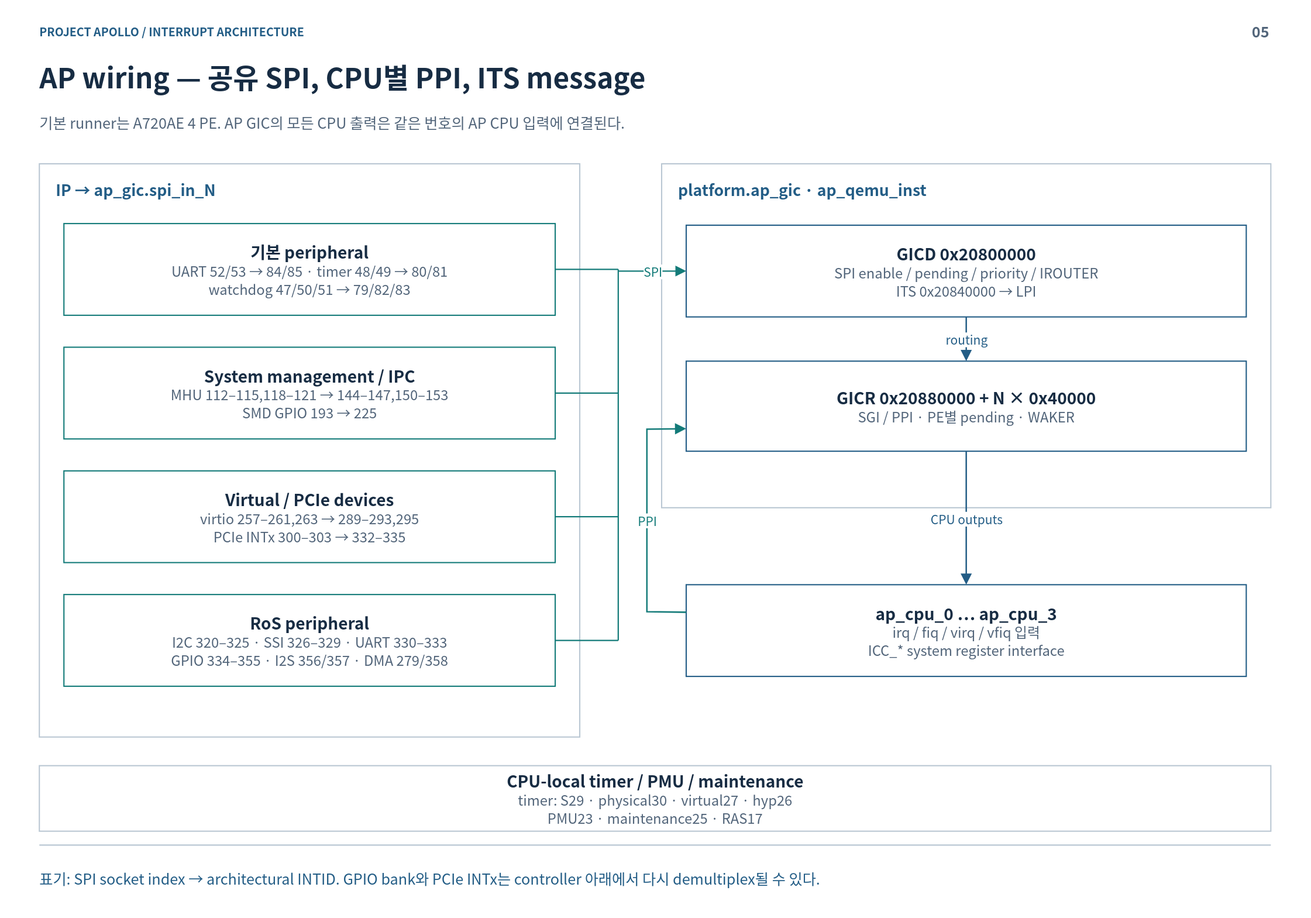
Before: doc/phase1/interrupt/diagrams/05-ap-wiring.drawio.svg, a diagram exported from draw.io (cometzero/project-apollo). Source tidied: cells renumbered, new cells last; positions are measured from the earlier drawing's top-left corner, leaving out a move shared by most shapes.
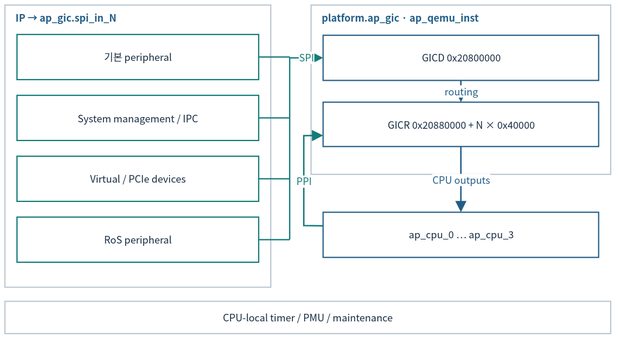
After the change.

What changed in the source:
```diff
@@ -2,115 +2,91 @@
   <root>
     <mxCell id="0" />
     <mxCell id="1" parent="0" />
-    <mxCell id="2" style="rounded=0;whiteSpace=wrap;html=1;fillColor=#FFFFFF;strokeColor=none;strokeWidth=1.5;fontColor=#172C43;fontFamily=Noto Sans CJK KR;fontSize=18;spacing=14;" parent="1" vertex="1">
-      <mxGeometry width="1600" height="1120" as="geometry" />
-    </mxCell>
-    <mxCell id="3" value="PROJECT APOLLO  /  INTERRUPT ARCHITECTURE" style="rounded=0;whiteSpace=wrap;html=1;fillColor=#FFFFFF;strokeColor=none;strokeWidth=1.5;fontColor=#172C43;fontFamily=Noto Sans CJK KR;fontSize=18;spacing=14;fillColor=none;align=left;verticalAlign=middle;spacing=0;fontSize=14;fontColor=#235D86;fontStyle=1;" parent="1" vertex="1">
-      <mxGeometry x="48" y="26" width="1400" height="24" as="geometry" />
-    </mxCell>
-    <mxCell id="4" value="05" style="rounded=0;whiteSpace=wrap;html=1;fillColor=#FFFFFF;strokeColor=none;strokeWidth=1.5;fontColor=#172C43;fontFamily=Noto Sans CJK KR;fontSize=18;spacing=14;fillColor=none;align=right;verticalAlign=middle;spacing=0;fontSize=18;fontColor=#52657A;fontStyle=1;" parent="1" vertex="1">
-      <mxGeometry x="1485" y="23" width="65" height="30" as="geometry" />
-    </mxCell>
-    <mxCell id="5" value="AP wiring — 공유 SPI, CPU별 PPI, ITS message" style="rounded=0;whiteSpace=wrap;html=1;fillColor=#FFFFFF;strokeColor=none;strokeWidth=1.5;fontColor=#172C43;fontFamily=Noto Sans CJK KR;fontSize=18;spacing=14;fillColor=none;align=left;verticalAlign=middle;spacing=0;fontSize=34;fontColor=#172C43;fontStyle=1;" parent="1" vertex="1">
-      <mxGeometry x="48" y="67" width="1504" height="54" as="geometry" />
-    </mxCell>
-    <mxCell id="6" value="기본 runner는 A720AE 4 PE. AP GIC의 모든 CPU 출력은 같은 번호의 AP CPU 입력에 연결된다." style="rounded=0;whiteSpace=wrap;html=1;fillColor=#FFFFFF;strokeColor=none;strokeWidth=1.5;fontColor=#172C43;fontFamily=Noto Sans CJK KR;fontSize=18;spacing=14;fillColor=none;align=left;verticalAlign=middle;spacing=0;fontSize=18;fontColor=#52657A;" parent="1" vertex="1">
-      <mxGeometry x="48" y="127" width="1504" height="44" as="geometry" />
-    </mxCell>
-    <mxCell id="7" style="html=1;rounded=0;edgeStyle=none;endArrow=none;endSize=9;strokeColor=#BAC7D3;strokeWidth=1.6;fontColor=#BAC7D3;fontFamily=Noto Sans CJK KR;fontSize=15;labelBackgroundColor=#FFFFFF;" parent="1" edge="1">
-      <mxGeometry relative="1" as="geometry">
-        <mxPoint x="48" y="1032" as="sourcePoint" />
-        <mxPoint x="1552" y="1032" as="targetPoint" />
-      </mxGeometry>
-    </mxCell>
-    <mxCell id="8" value="표기: SPI socket index → architectural INTID. GPIO bank와 PCIe INTx는 controller 아래에서 다시 demultiplex될 수 있다." style="rounded=0;whiteSpace=wrap;html=1;fillColor=#FFFFFF;strokeColor=none;strokeWidth=1.5;fontColor=#172C43;fontFamily=Noto Sans CJK KR;fontSize=18;spacing=14;fillColor=none;align=left;verticalAlign=middle;spacing=0;fontSize=18;fontColor=#235D86;" parent="1" vertex="1">
-      <mxGeometry x="48" y="1046" width="1504" height="52" as="geometry" />
-    </mxCell>
-    <mxCell id="9" style="rounded=0;whiteSpace=wrap;html=1;fillColor=#FFFFFF;strokeColor=#BAC7D3;strokeWidth=1.5;fontColor=#172C43;fontFamily=Noto Sans CJK KR;fontSize=18;spacing=14;" parent="1" vertex="1">
-      <mxGeometry x="48" y="200" width="660" height="700" as="geometry" />
+    <mxCell id="9" style="rounded=0;whiteSpace=wrap;html=1;fillColor=#FFFFFF;strokeColor=#BAC7D3;strokeWidth=1.5;fontColor=#172C43;fontFamily=Noto Sans CJK KR;fontSize=12;spacing=3;whiteSpace=wrap;" parent="1" vertex="1">
+      <mxGeometry x="12" y="12" width="324.7" height="344.4" as="geometry" />
     </mxCell>
-    <mxCell id="10" value="IP → ap_gic.spi_in_N" style="rounded=0;whiteSpace=wrap;html=1;fillColor=#FFFFFF;strokeColor=none;strokeWidth=1.5;fontColor=#172C43;fontFamily=Noto Sans CJK KR;fontSize=18;spacing=14;fillColor=none;align=left;verticalAlign=middle;spacing=0;fontSize=19;fontColor=#235D86;fontStyle=1;" parent="1" vertex="1">
-      <mxGeometry x="68" y="215" width="620" height="32" as="geometry" />
+    <mxCell id="10" value="IP → ap_gic.spi_in_N" style="rounded=0;whiteSpace=wrap;html=1;fillColor=#FFFFFF;strokeColor=none;strokeWidth=1.5;fontColor=#172C43;fontFamily=Noto Sans CJK KR;fillColor=none;align=left;verticalAlign=middle;fontColor=#235D86;fontStyle=1;fontSize=12;spacing=3;whiteSpace=wrap;" parent="1" vertex="1">
+      <mxGeometry x="21.8" y="19.4" width="305.1" height="15.7" as="geometry" />
     </mxCell>
-    <mxCell id="11" value="&lt;b style=&quot;font-size:20px&quot;&gt;기본 peripheral&lt;/b&gt;&lt;br&gt;&lt;font color=&quot;#52657A&quot; style=&quot;font-size:17px&quot;&gt;UART 52/53 → 84/85 · timer 48/49 → 80/81&lt;br&gt;watchdog 47/50/51 → 79/82/83&lt;/font&gt;" style="rounded=0;whiteSpace=wrap;html=1;fillColor=#FFFFFF;strokeColor=#147B79;strokeWidth=1.5;fontColor=#172C43;fontFamily=Noto Sans CJK KR;fontSize=18;spacing=14;" parent="1" vertex="1">
-      <mxGeometry x="78" y="273" width="600" height="112" as="geometry" />
+    <mxCell id="11" value="기본 peripheral" style="rounded=0;whiteSpace=wrap;html=1;fillColor=#FFFFFF;strokeColor=#147B79;strokeWidth=1.5;fontColor=#172C43;fontFamily=Noto Sans CJK KR;fontSize=12;spacing=3;whiteSpace=wrap;" parent="1" vertex="1">
+      <mxGeometry x="26.8" y="47.9" width="295.2" height="55.1" as="geometry" />
     </mxCell>
-    <mxCell id="12" value="&lt;b style=&quot;font-size:20px&quot;&gt;System management / IPC&lt;/b&gt;&lt;br&gt;&lt;font color=&quot;#52657A&quot; style=&quot;font-size:17px&quot;&gt;MHU 112–115,118–121 → 144–147,150–153&lt;br&gt;SMD GPIO 193 → 225&lt;/font&gt;" style="rounded=0;whiteSpace=wrap;html=1;fillColor=#FFFFFF;strokeColor=#147B79;strokeWidth=1.5;fontColor=#172C43;fontFamily=Noto Sans CJK KR;fontSize=18;spacing=14;" parent="1" vertex="1">
-      <mxGeometry x="78" y="424" width="600" height="112" as="geometry" />
+    <mxCell id="12" value="System management / IPC" style="rounded=0;whiteSpace=wrap;html=1;fillColor=#FFFFFF;strokeColor=#147B79;strokeWidth=1.5;fontColor=#172C43;fontFamily=Noto Sans CJK KR;fontSize=12;spacing=3;whiteSpace=wrap;" parent="1" vertex="1">
+      <mxGeometry x="26.8" y="122.2" width="295.2" height="55.1" as="geometry" />
     </mxCell>
-    <mxCell id="13" value="&lt;b style=&quot;font-size:20px&quot;&gt;Virtual / PCIe devices&lt;/b&gt;&lt;br&gt;&lt;font color=&quot;#52657A&quot; style=&quot;font-size:17px&quot;&gt;virtio 257–261,263 → 289–293,295&lt;br&gt;PCIe INTx 300–303 → 332–335&lt;/font&gt;" style="rounded=0;whiteSpace=wrap;html=1;fillColor=#FFFFFF;strokeColor=#147B79;strokeWidth=1.5;fontColor=#172C43;fontFamily=Noto Sans CJK KR;fontSize=18;spacing=14;" parent="1" vertex="1">
-      <mxGeometry x="78" y="575" width="600" height="112" as="geometry" />
+    <mxCell id="13" value="Virtual / PCIe devices" style="rounded=0;whiteSpace=wrap;html=1;fillColor=#FFFFFF;strokeColor=#147B79;strokeWidth=1.5;fontColor=#172C43;fontFamily=Noto Sans CJK KR;fontSize=12;spacing=3;whiteSpace=wrap;" parent="1" vertex="1">
+      <mxGeometry x="26.8" y="196.5" width="295.2" height="55.1" as="geometry" />
     </mxCell>
-    <mxCell id="14" value="&lt;b style=&quot;font-size:20px&quot;&gt;RoS peripheral&lt;/b&gt;&lt;br&gt;&lt;font color=&quot;#52657A&quot; style=&quot;font-size:17px&quot;&gt;I2C 320–325 · SSI 326–329 · UART 330–333&lt;br&gt;GPIO 334–355 · I2S 356/357 · DMA 279/358&lt;/font&gt;" style="rounded=0;whiteSpace=wrap;html=1;fillColor=#FFFFFF;strokeColor=#147B79;strokeWidth=1.5;fontColor=#172C43;fontFamily=Noto Sans CJK KR;fontSize=18;spacing=14;" parent="1" vertex="1">
-      <mxGeometry x="78" y="726" width="600" height="112" as="geometry" />
+    <mxCell id="14" value="RoS peripheral" style="rounded=0;whiteSpace=wrap;html=1;fillColor=#FFFFFF;strokeColor=#147B79;strokeWidth=1.5;fontColor=#172C43;fontFamily=Noto Sans CJK KR;fontSize=12;spacing=3;whiteSpace=wrap;" parent="1" vertex="1">
+      <mxGeometry x="26.8" y="270.8" width="295.2" height="55.1" as="geometry" />
     </mxCell>
-    <mxCell id="15" style="rounded=0;whiteSpace=wrap;html=1;fillColor=#FFFFFF;strokeColor=#BAC7D3;strokeWidth=1.5;fontColor=#172C43;fontFamily=Noto Sans CJK KR;fontSize=18;spacing=14;" parent="1" vertex="1">
-      <mxGeometry x="808" y="200" width="744" height="420" as="geometry" />
+    <mxCell id="15" style="rounded=0;whiteSpace=wrap;html=1;fillColor=#FFFFFF;strokeColor=#BAC7D3;strokeWidth=1.5;fontColor=#172C43;fontFamily=Noto Sans CJK KR;fontSize=12;spacing=3;whiteSpace=wrap;" parent="1" vertex="1">
+      <mxGeometry x="385.9" y="12" width="366.1" height="206.7" as="geometry" />
     </mxCell>
-    <mxCell id="16" value="platform.ap_gic  ·  ap_qemu_inst" style="rounded=0;whiteSpace=wrap;html=1;fillColor=#FFFFFF;strokeColor=none;strokeWidth=1.5;fontColor=#172C43;fontFamily=Noto Sans CJK KR;fontSize=18;spacing=14;fillColor=none;align=left;verticalAlign=middle;spacing=0;fontSize=19;fontColor=#235D86;fontStyle=1;" parent="1" vertex="1">
-      <mxGeometry x="828" y="215" width="704" height="32" as="geometry" />
+    <mxCell id="16" value="platform.ap_gic  ·  ap_qemu_inst" style="rounded=0;whiteSpace=wrap;html=1;fillColor=#FFFFFF;strokeColor=none;strokeWidth=1.5;fontColor=#172C43;fontFamily=Noto Sans CJK KR;fillColor=none;align=left;verticalAlign=middle;fontColor=#235D86;fontStyle=1;fontSize=12;spacing=3;whiteSpace=wrap;" parent="1" vertex="1">
+      <mxGeometry x="395.8" y="19.4" width="346.4" height="15.7" as="geometry" />
     </mxCell>
-    <mxCell id="17" value="&lt;b style=&quot;font-size:20px&quot;&gt;GICD 0x20800000&lt;/b&gt;&lt;br&gt;&lt;font color=&quot;#52657A&quot; style=&quot;font-size:17px&quot;&gt;SPI enable / pending / priority / IROUTER&lt;br&gt;ITS 0x20840000 → LPI&lt;/font&gt;" style="rounded=0;whiteSpace=wrap;html=1;fillColor=#FFFFFF;strokeColor=#235D86;strokeWidth=1.5;fontColor=#172C43;fontFamily=Noto Sans CJK KR;fontSize=18;spacing=14;" parent="1" vertex="1">
-      <mxGeometry x="838" y="275" width="684" height="112" as="geometry" />
+    <mxCell id="17" value="GICD 0x20800000" style="rounded=0;whiteSpace=wrap;html=1;fillColor=#FFFFFF;strokeColor=#235D86;strokeWidth=1.5;fontColor=#172C43;fontFamily=Noto Sans CJK KR;fontSize=12;spacing=3;whiteSpace=wrap;" parent="1" vertex="1">
+      <mxGeometry x="400.7" y="48.9" width="336.5" height="55.1" as="geometry" />
     </mxCell>
-    <mxCell id="18" value="&lt;b style=&quot;font-size:20px&quot;&gt;GICR 0x20880000 + N × 0x40000&lt;/b&gt;&lt;br&gt;&lt;font color=&quot;#52657A&quot; style=&quot;font-size:17px&quot;&gt;SGI / PPI · PE별 pending · WAKER&lt;/font&gt;" style="rounded=0;whiteSpace=wrap;html=1;fillColor=#FFFFFF;strokeColor=#235D86;strokeWidth=1.5;fontColor=#172C43;fontFamily=Noto Sans CJK KR;fontSize=18;spacing=14;" parent="1" vertex="1">
-      <mxGeometry x="838" y="441" width="684" height="110" as="geometry" />
+    <mxCell id="18" value="GICR 0x20880000 + N × 0x40000" style="rounded=0;whiteSpace=wrap;html=1;fillColor=#FFFFFF;strokeColor=#235D86;strokeWidth=1.5;fontColor=#172C43;fontFamily=Noto Sans CJK KR;fontSize=12;spacing=3;whiteSpace=wrap;" parent="1" vertex="1">
+      <mxGeometry x="400.7" y="130.6" width="336.5" height="54.1" as="geometry" />
     </mxCell>
-    <mxCell id="19" style="html=1;rounded=0;edgeStyle=none;endArrow=none;endSize=9;strokeColor=#147B79;strokeWidth=1.6;fontColor=#147B79;fontFamily=Noto Sans CJK KR;fontSize=15;labelBackgroundColor=#FFFFFF;" parent="1" edge="1">
+    <mxCell id="19" style="html=1;rounded=0;edgeStyle=none;endArrow=none;endSize=9;strokeColor=#147B79;strokeWidth=1.6;fontColor=#147B79;fontFamily=Noto Sans CJK KR;labelBackgroundColor=#FFFFFF;fontSize=12;spacing=3;whiteSpace=nowrap;" parent="1" edge="1">
       <mxGeometry relative="1" as="geometry">
-        <mxPoint x="755" y="329" as="sourcePoint" />
-        <mxPoint x="755" y="782" as="targetPoint" />
+        <mxPoint x="359.9" y="75.5" as="sourcePoint" />
+        <mxPoint x="359.9" y="298.4" as="targetPoint" />
       </mxGeometry>
     </mxCell>
-    <mxCell id="20" style="html=1;rounded=0;edgeStyle=none;endArrow=none;endSize=9;strokeColor=#147B79;strokeWidth=1.6;fontColor=#147B79;fontFamily=Noto Sans CJK KR;fontSize=15;labelBackgroundColor=#FFFFFF;" parent="1" edge="1">
+    <mxCell id="20" style="html=1;rounded=0;edgeStyle=none;endArrow=none;endSize=9;strokeColor=#147B79;strokeWidth=1.6;fontColor=#147B79;fontFamily=Noto Sans CJK KR;labelBackgroundColor=#FFFFFF;fontSize=12;spacing=3;whiteSpace=nowrap;" parent="1" edge="1">
       <mxGeometry relative="1" as="geometry">
-        <mxPoint x="678" y="329" as="sourcePoint" />
-        <mxPoint x="755" y="329" as="targetPoint" />
+        <mxPoint x="322" y="75.5" as="sourcePoint" />
+        <mxPoint x="359.9" y="75.5" as="targetPoint" />
       </mxGeometry>
     </mxCell>
-    <mxCell id="21" style="html=1;rounded=0;edgeStyle=none;endArrow=none;endSize=9;strokeColor=#147B79;strokeWidth=1.6;fontColor=#147B79;fontFamily=Noto Sans CJK KR;fontSize=15;labelBackgroundColor=#FFFFFF;" parent="1" edge="1">
+    <mxCell id="21" style="html=1;rounded=0;edgeStyle=none;endArrow=none;endSize=9;strokeColor=#147B79;strokeWidth=1.6;fontColor=#147B79;fontFamily=Noto Sans CJK KR;labelBackgroundColor=#FFFFFF;fontSize=12;spacing=3;whiteSpace=nowrap;" parent="1" edge="1">
       <mxGeometry relative="1" as="geometry">
-        <mxPoint x="678" y="480" as="sourcePoint" />
-        <mxPoint x="755" y="480" as="targetPoint" />
+        <mxPoint x="322" y="149.8" as="sourcePoint" />
+        <mxPoint x="359.9" y="149.8" as="targetPoint" />
       </mxGeometry>
     </mxCell>
-    <mxCell id="22" style="html=1;rounded=0;edgeStyle=none;endArrow=none;endSize=9;strokeColor=#147B79;strokeWidth=1.6;fontColor=#147B79;fontFamily=Noto Sans CJK KR;fontSize=15;labelBackgroundColor=#FFFFFF;" parent="1" edge="1">
+    <mxCell id="22" style="html=1;rounded=0;edgeStyle=none;endArrow=none;endSize=9;strokeColor=#147B79;strokeWidth=1.6;fontColor=#147B79;fontFamily=Noto Sans CJK KR;labelBackgroundColor=#FFFFFF;fontSize=12;spacing=3;whiteSpace=nowrap;" parent="1" edge="1">
       <mxGeometry relative="1" as="geometry">
-        <mxPoint x="678" y="631" as="sourcePoint" />
-        <mxPoint x="755" y="631" as="targetPoint" />
+        <mxPoint x="322" y="224.1" as="sourcePoint" />
+        <mxPoint x="359.9" y="224.1" as="targetPoint" />
       </mxGeometry>
     </mxCell>
-    <mxCell id="23" style="html=1;rounded=0;edgeStyle=none;endArrow=none;endSize=9;strokeColor=#147B79;strokeWidth=1.6;fontColor=#147B79;fontFamily=Noto Sans CJK KR;fontSize=15;labelBackgroundColor=#FFFFFF;" parent="1" edge="1">
+    <mxCell id="23" style="html=1;rounded=0;edgeStyle=none;endArrow=none;endSize=9;strokeColor=#147B79;strokeWidth=1.6;fontColor=#147B79;fontFamily=Noto Sans CJK KR;labelBackgroundColor=#FFFFFF;fontSize=12;spacing=3;whiteSpace=nowrap;" parent="1" edge="1">
       <mxGeometry relative="1" as="geometry">
-        <mxPoint x="678" y="782" as="sourcePoint" />
-        <mxPoint x="755" y="782" as="targetPoint" />
+        <mxPoint x="322" y="298.4" as="sourcePoint" />
+        <mxPoint x="359.9" y="298.4" as="targetPoint" />
       </mxGeometry>
     </mxCell>
-    <mxCell id="24" value="SPI" style="html=1;rounded=0;edgeStyle=none;endArrow=block;endSize=9;strokeColor=#147B79;strokeWidth=1.6;fontColor=#147B79;fontFamily=Noto Sans CJK KR;fontSize=15;labelBackgroundColor=#FFFFFF;" parent="1" edge="1">
+    <mxCell id="24" value="SPI" style="html=1;rounded=0;edgeStyle=none;endArrow=block;endSize=9;strokeColor=#147B79;strokeWidth=1.6;fontColor=#147B79;fontFamily=Noto Sans CJK KR;labelBackgroundColor=#FFFFFF;fontSize=12;spacing=3;whiteSpace=nowrap;" parent="1" edge="1">
       <mxGeometry relative="1" as="geometry">
-        <mxPoint x="755" y="331" as="sourcePoint" />
-        <mxPoint x="838" y="331" as="targetPoint" />
+        <mxPoint x="359.9" y="76.5" as="sourcePoint" />
+        <mxPoint x="400.7" y="76.5" as="targetPoint" />
       </mxGeometry>
     </mxCell>
-    <mxCell id="25" value="&lt;b style=&quot;font-size:20px&quot;&gt;ap_cpu_0 … ap_cpu_3&lt;/b&gt;&lt;br&gt;&lt;font color=&quot;#52657A&quot; style=&quot;font-size:17px&quot;&gt;irq / fiq / virq / vfiq 입력&lt;br&gt;ICC_* system register interface&lt;/font&gt;" style="rounded=0;whiteSpace=wrap;html=1;fillColor=#FFFFFF;strokeColor=#235D86;strokeWidth=1.5;fontColor=#172C43;fontFamily=Noto Sans CJK KR;fontSize=18;spacing=14;" parent="1" vertex="1">
-      <mxGeometry x="838" y="714" width="684" height="112" as="geometry" />
+    <mxCell id="25" value="ap_cpu_0 … ap_cpu_3" style="rounded=0;whiteSpace=wrap;html=1;fillColor=#FFFFFF;strokeColor=#235D86;strokeWidth=1.5;fontColor=#172C43;fontFamily=Noto Sans CJK KR;fontSize=12;spacing=3;whiteSpace=wrap;" parent="1" vertex="1">
+      <mxGeometry x="400.7" y="264.9" width="336.5" height="55.1" as="geometry" />
     </mxCell>
-    <mxCell id="26" value="CPU outputs" style="html=1;whiteSpace=nowrap;rounded=0;edgeStyle=none;endArrow=block;endFill=1;endSize=9;strokeColor=#235D86;strokeWidth=1.8;fontColor=#235D86;fontFamily=Noto Sans CJK KR;fontSize=15;labelBackgroundColor=#FFFFFF;exitX=0.5;exitY=1;exitDx=0;exitDy=0;entryX=0.5;entryY=0;entryDx=0;entryDy=0;" parent="1" edge="1" source="18" target="25">
+    <mxCell id="26" value="CPU outputs" style="html=1;rounded=0;edgeStyle=none;endArrow=block;endFill=1;endSize=9;strokeColor=#235D86;strokeWidth=1.8;fontColor=#235D86;fontFamily=Noto Sans CJK KR;labelBackgroundColor=#FFFFFF;exitX=0.5;exitY=1;exitDx=0;exitDy=0;entryX=0.5;entryY=0;entryDx=0;entryDy=0;fontSize=12;spacing=3;whiteSpace=nowrap;" parent="1" edge="1" source="18" target="25">
       <mxGeometry relative="1" as="geometry" />
     </mxCell>
-    <mxCell id="27" value="routing" style="html=1;whiteSpace=nowrap;rounded=0;edgeStyle=none;endArrow=block;endFill=1;endSize=9;strokeColor=#235D86;strokeWidth=1.8;fontColor=#235D86;fontFamily=Noto Sans CJK KR;fontSize=15;labelBackgroundColor=#FFFFFF;exitX=0.5;exitY=1;exitDx=0;exitDy=0;entryX=0.5;entryY=0;entryDx=0;entryDy=0;" parent="1" edge="1" source="17" target="18">
+    <mxCell id="27" value="routing" style="html=1;rounded=0;edgeStyle=none;endArrow=block;endFill=1;endSize=9;strokeColor=#235D86;strokeWidth=1.8;fontColor=#235D86;fontFamily=Noto Sans CJK KR;labelBackgroundColor=#FFFFFF;exitX=0.5;exitY=1;exitDx=0;exitDy=0;entryX=0.5;entryY=0;entryDx=0;entryDy=0;fontSize=12;spacing=3;whiteSpace=nowrap;" parent="1" edge="1" source="17" target="18">
       <mxGeometry relative="1" as="geometry" />
     </mxCell>
-    <mxCell id="28" value="PPI" style="html=1;whiteSpace=nowrap;rounded=0;edgeStyle=none;endArrow=block;endFill=1;endSize=9;strokeColor=#147B79;strokeWidth=1.8;fontColor=#147B79;fontFamily=Noto Sans CJK KR;fontSize=15;labelBackgroundColor=#FFFFFF;exitX=0;exitY=0.3;exitDx=0;exitDy=0;entryX=0;entryY=0.75;entryDx=0;entryDy=0;" parent="1" edge="1" source="25" target="18">
+    <mxCell id="28" value="PPI" style="html=1;rounded=0;edgeStyle=none;endArrow=block;endFill=1;endSize=9;strokeColor=#147B79;strokeWidth=1.8;fontColor=#147B79;fontFamily=Noto Sans CJK KR;labelBackgroundColor=#FFFFFF;exitX=0;exitY=0.3;exitDx=0;exitDy=0;entryX=0;entryY=0.75;entryDx=0;entryDy=0;fontSize=12;spacing=3;whiteSpace=nowrap;" parent="1" edge="1" source="25" target="18">
       <mxGeometry relative="1" as="geometry">
         <Array as="points">
-          <mxPoint x="790" y="747" />
-          <mxPoint x="790" y="524" />
+          <mxPoint x="377.1" y="281.1" />
+          <mxPoint x="377.1" y="171.4" />
         </Array>
       </mxGeometry>
     </mxCell>
-    <mxCell id="29" value="&lt;b style=&quot;font-size:20px&quot;&gt;CPU-local timer / PMU / maintenance&lt;/b&gt;&lt;br&gt;&lt;font color=&quot;#52657A&quot; style=&quot;font-size:17px&quot;&gt;timer: S29 · physical30 · virtual27 · hyp26&lt;br&gt;PMU23 · maintenance25 · RAS17&lt;/font&gt;" style="rounded=0;whiteSpace=wrap;html=1;fillColor=#FFFFFF;strokeColor=#BAC7D3;strokeWidth=1.5;fontColor=#172C43;fontFamily=Noto Sans CJK KR;fontSize=18;spacing=14;" parent="1" vertex="1">
-      <mxGeometry x="48" y="935" width="1504" height="80" as="geometry" />
+    <mxCell id="29" value="CPU-local timer / PMU / maintenance" style="rounded=0;whiteSpace=wrap;html=1;fillColor=#FFFFFF;strokeColor=#BAC7D3;strokeWidth=1.5;fontColor=#172C43;fontFamily=Noto Sans CJK KR;fontSize=12;spacing=3;whiteSpace=wrap;" parent="1" vertex="1">
+      <mxGeometry x="12" y="373.6" width="740" height="39.4" as="geometry" />
     </mxCell>
   </root>
 </mxGraphModel>
```
